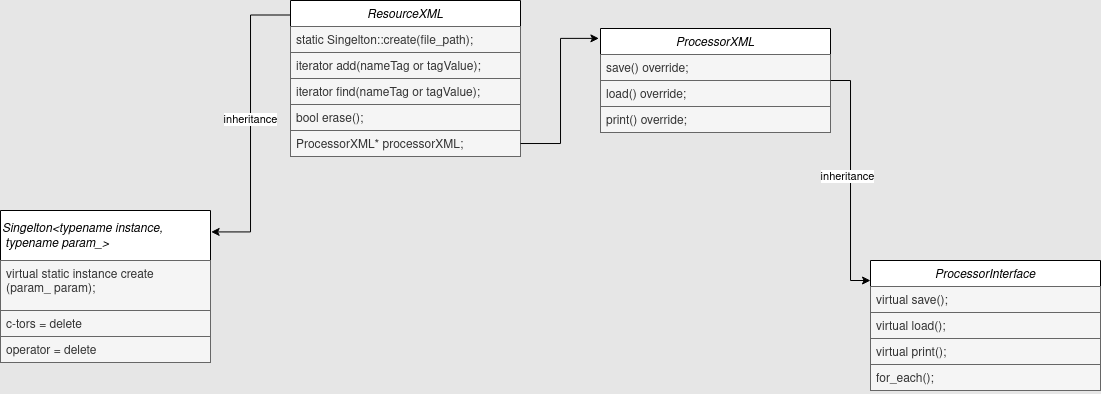
Earlier version of the draw.io export architecture.drawio.png (Ilsaffff/resource-xml). Source tidied: cells renumbered, new cells last; positions are measured from the earlier drawing's top-left corner, leaving out a move shared by most shapes.
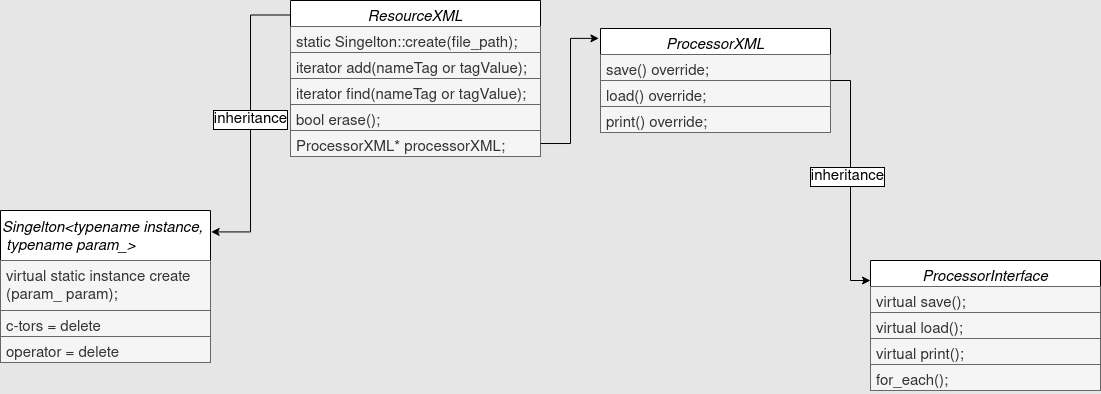
Above is the later version.

Change to the diagram source:
```diff
@@ -2,76 +2,76 @@
   <root>
     <mxCell id="0" />
     <mxCell id="1" parent="0" />
-    <mxCell id="2" style="edgeStyle=orthogonalEdgeStyle;rounded=0;jettySize=auto;html=1;exitX=0.003;exitY=0.093;exitDx=0;exitDy=0;exitPerimeter=0;entryX=1.003;entryY=0.141;entryDx=0;entryDy=0;entryPerimeter=0;" parent="1" edge="1" source="4" target="10">
+    <mxCell id="2" style="edgeStyle=orthogonalEdgeStyle;rounded=0;jettySize=auto;html=1;exitX=0.003;exitY=0.093;exitDx=0;exitDy=0;exitPerimeter=0;entryX=1.003;entryY=0.141;entryDx=0;entryDy=0;entryPerimeter=0;fontSize=15;" parent="1" edge="1" source="4" target="10">
       <mxGeometry relative="1" as="geometry" />
     </mxCell>
-    <mxCell id="3" value="inheritance" style="edgeLabel;html=1;align=center;verticalAlign=middle;rotation=0;" parent="2" vertex="1">
+    <mxCell id="3" value="inheritance" style="edgeLabel;html=1;align=center;verticalAlign=middle;rotation=0;fontSize=15;labelBorderColor=default;" parent="2" vertex="1">
       <mxGeometry x="-0.02" relative="1" as="geometry" />
     </mxCell>
-    <mxCell id="4" value="ResourceXML" style="swimlane;fontStyle=2;align=center;verticalAlign=top;horizontal=1;startSize=26;rounded=0;shadow=0;strokeWidth=1;fontColor=default;labelBackgroundColor=none;labelBorderColor=none;" parent="1" vertex="1">
-      <mxGeometry x="290" width="230" height="156" as="geometry" />
+    <mxCell id="4" value="ResourceXML" style="swimlane;fontStyle=2;align=center;verticalAlign=top;horizontal=1;startSize=26;rounded=0;shadow=0;strokeWidth=1;fontColor=default;labelBackgroundColor=none;labelBorderColor=none;fontSize=15;" parent="1" vertex="1">
+      <mxGeometry x="290" width="250" height="156" as="geometry" />
     </mxCell>
-    <mxCell id="5" value="static Singelton::create(file_path);" style="text;align=left;verticalAlign=top;spacingLeft=4;spacingRight=4;overflow=hidden;rounded=0;shadow=0;html=0;fontColor=#333333;labelBackgroundColor=none;labelBorderColor=none;fillColor=#f5f5f5;strokeColor=#666666;" parent="4" vertex="1">
-      <mxGeometry y="26" width="230" height="26" as="geometry" />
+    <mxCell id="5" value="static Singelton::create(file_path);" style="text;align=left;verticalAlign=top;spacingLeft=4;spacingRight=4;overflow=hidden;rounded=0;shadow=0;html=0;fontColor=#333333;labelBackgroundColor=none;labelBorderColor=none;fillColor=#f5f5f5;strokeColor=#666666;fontSize=15;" parent="4" vertex="1">
+      <mxGeometry y="26" width="250" height="26" as="geometry" />
     </mxCell>
-    <mxCell id="6" value="iterator add(nameTag or tagValue);" style="text;align=left;verticalAlign=top;spacingLeft=4;spacingRight=4;overflow=hidden;rounded=0;shadow=0;html=0;fontColor=#333333;labelBackgroundColor=none;labelBorderColor=none;fillColor=#f5f5f5;strokeColor=#666666;" parent="4" vertex="1">
-      <mxGeometry y="52" width="230" height="26" as="geometry" />
+    <mxCell id="6" value="iterator add(nameTag or tagValue);" style="text;align=left;verticalAlign=top;spacingLeft=4;spacingRight=4;overflow=hidden;rounded=0;shadow=0;html=0;fontColor=#333333;labelBackgroundColor=none;labelBorderColor=none;fillColor=#f5f5f5;strokeColor=#666666;fontSize=15;" parent="4" vertex="1">
+      <mxGeometry y="52" width="250" height="26" as="geometry" />
     </mxCell>
-    <mxCell id="7" value="iterator find(nameTag or tagValue);" style="text;align=left;verticalAlign=top;spacingLeft=4;spacingRight=4;overflow=hidden;rounded=0;shadow=0;html=0;fontColor=#333333;labelBackgroundColor=none;labelBorderColor=none;fillColor=#f5f5f5;strokeColor=#666666;" parent="4" vertex="1">
-      <mxGeometry y="78" width="230" height="26" as="geometry" />
+    <mxCell id="7" value="iterator find(nameTag or tagValue);" style="text;align=left;verticalAlign=top;spacingLeft=4;spacingRight=4;overflow=hidden;rounded=0;shadow=0;html=0;fontColor=#333333;labelBackgroundColor=none;labelBorderColor=none;fillColor=#f5f5f5;strokeColor=#666666;fontSize=15;" parent="4" vertex="1">
+      <mxGeometry y="78" width="250" height="26" as="geometry" />
     </mxCell>
-    <mxCell id="8" value="bool erase();" style="text;align=left;verticalAlign=top;spacingLeft=4;spacingRight=4;overflow=hidden;rounded=0;shadow=0;html=0;fontColor=#333333;labelBackgroundColor=none;labelBorderColor=none;fillColor=#f5f5f5;strokeColor=#666666;" parent="4" vertex="1">
-      <mxGeometry y="104" width="230" height="26" as="geometry" />
+    <mxCell id="8" value="bool erase();" style="text;align=left;verticalAlign=top;spacingLeft=4;spacingRight=4;overflow=hidden;rounded=0;shadow=0;html=0;fontColor=#333333;labelBackgroundColor=none;labelBorderColor=none;fillColor=#f5f5f5;strokeColor=#666666;fontSize=15;" parent="4" vertex="1">
+      <mxGeometry y="104" width="250" height="26" as="geometry" />
     </mxCell>
-    <mxCell id="9" value="ProcessorXML* processorXML;" style="text;align=left;verticalAlign=top;spacingLeft=4;spacingRight=4;overflow=hidden;points=[[0,0.5],[1,0.5]];portConstraint=eastwest;rounded=0;shadow=0;html=0;fontColor=#333333;labelBackgroundColor=none;labelBorderColor=none;fillColor=#f5f5f5;strokeColor=#666666;" parent="4" vertex="1">
-      <mxGeometry y="130" width="230" height="26" as="geometry" />
+    <mxCell id="9" value="ProcessorXML* processorXML;" style="text;align=left;verticalAlign=top;spacingLeft=4;spacingRight=4;overflow=hidden;points=[[0,0.5],[1,0.5]];portConstraint=eastwest;rounded=0;shadow=0;html=0;fontColor=#333333;labelBackgroundColor=none;labelBorderColor=none;fillColor=#f5f5f5;strokeColor=#666666;fontSize=15;" parent="4" vertex="1">
+      <mxGeometry y="130" width="250" height="26" as="geometry" />
     </mxCell>
-    <mxCell id="10" value="&lt;div align=&quot;left&quot;&gt;Singelton&amp;lt;typename instance,&lt;/div&gt;&lt;div align=&quot;left&quot;&gt;&amp;nbsp;typename param_&amp;gt;&lt;/div&gt;" style="swimlane;fontStyle=2;align=left;verticalAlign=middle;horizontal=1;startSize=50;rounded=0;shadow=0;strokeWidth=1;fontColor=default;labelBackgroundColor=none;labelBorderColor=none;html=1;" parent="1" vertex="1">
+    <mxCell id="10" value="&lt;div align=&quot;left&quot; style=&quot;font-size: 15px;&quot;&gt;Singelton&amp;lt;typename instance,&lt;/div&gt;&lt;div align=&quot;left&quot; style=&quot;font-size: 15px;&quot;&gt;&amp;nbsp;typename param_&amp;gt;&lt;/div&gt;" style="swimlane;fontStyle=2;align=left;verticalAlign=middle;horizontal=1;startSize=50;rounded=0;shadow=0;strokeWidth=1;fontColor=default;labelBackgroundColor=none;labelBorderColor=none;html=1;fontSize=15;" parent="1" vertex="1">
       <mxGeometry y="210" width="210" height="152" as="geometry" />
     </mxCell>
-    <mxCell id="11" value="virtual static instance create&#10;(param_ param);" style="text;align=left;verticalAlign=top;spacingLeft=4;spacingRight=4;overflow=hidden;labelBackgroundColor=none;labelBorderColor=none;fillColor=#f5f5f5;fontColor=#333333;strokeColor=#666666;" parent="10" vertex="1">
+    <mxCell id="11" value="virtual static instance create&#10;(param_ param);" style="text;align=left;verticalAlign=top;spacingLeft=4;spacingRight=4;overflow=hidden;labelBackgroundColor=none;labelBorderColor=none;fillColor=#f5f5f5;fontColor=#333333;strokeColor=#666666;fontSize=15;" parent="10" vertex="1">
       <mxGeometry y="50" width="210" height="50" as="geometry" />
     </mxCell>
-    <mxCell id="12" value="c-tors = delete" style="text;align=left;verticalAlign=top;spacingLeft=4;spacingRight=4;overflow=hidden;rounded=0;shadow=0;html=0;fontColor=#333333;labelBackgroundColor=none;labelBorderColor=none;fillColor=#f5f5f5;strokeColor=#666666;" parent="10" vertex="1">
+    <mxCell id="12" value="c-tors = delete" style="text;align=left;verticalAlign=top;spacingLeft=4;spacingRight=4;overflow=hidden;rounded=0;shadow=0;html=0;fontColor=#333333;labelBackgroundColor=none;labelBorderColor=none;fillColor=#f5f5f5;strokeColor=#666666;fontSize=15;" parent="10" vertex="1">
       <mxGeometry y="100" width="210" height="26" as="geometry" />
     </mxCell>
-    <mxCell id="13" value="operator = delete" style="text;align=left;verticalAlign=top;spacingLeft=4;spacingRight=4;overflow=hidden;rounded=0;shadow=0;html=0;fontColor=#333333;labelBackgroundColor=none;labelBorderColor=none;fillColor=#f5f5f5;strokeColor=#666666;" parent="10" vertex="1">
+    <mxCell id="13" value="operator = delete" style="text;align=left;verticalAlign=top;spacingLeft=4;spacingRight=4;overflow=hidden;rounded=0;shadow=0;html=0;fontColor=#333333;labelBackgroundColor=none;labelBorderColor=none;fillColor=#f5f5f5;strokeColor=#666666;fontSize=15;" parent="10" vertex="1">
       <mxGeometry y="126" width="210" height="26" as="geometry" />
     </mxCell>
-    <mxCell id="14" value="ProcessorXML" style="swimlane;fontStyle=2;align=center;verticalAlign=top;horizontal=1;startSize=26;rounded=0;shadow=0;strokeWidth=1;fontColor=default;labelBackgroundColor=none;labelBorderColor=none;" parent="1" vertex="1">
+    <mxCell id="14" value="ProcessorXML" style="swimlane;fontStyle=2;align=center;verticalAlign=top;horizontal=1;startSize=26;rounded=0;shadow=0;strokeWidth=1;fontColor=default;labelBackgroundColor=none;labelBorderColor=none;fontSize=15;" parent="1" vertex="1">
       <mxGeometry x="600" y="28" width="230" height="104" as="geometry" />
     </mxCell>
-    <mxCell id="15" value="save() override;" style="text;align=left;verticalAlign=top;spacingLeft=4;spacingRight=4;overflow=hidden;rounded=0;shadow=0;html=0;fontColor=#333333;labelBackgroundColor=none;labelBorderColor=none;fillColor=#f5f5f5;strokeColor=#666666;" parent="14" vertex="1">
+    <mxCell id="15" value="save() override;" style="text;align=left;verticalAlign=top;spacingLeft=4;spacingRight=4;overflow=hidden;rounded=0;shadow=0;html=0;fontColor=#333333;labelBackgroundColor=none;labelBorderColor=none;fillColor=#f5f5f5;strokeColor=#666666;fontSize=15;" parent="14" vertex="1">
       <mxGeometry y="26" width="230" height="26" as="geometry" />
     </mxCell>
-    <mxCell id="16" value="load() override;" style="text;align=left;verticalAlign=top;spacingLeft=4;spacingRight=4;overflow=hidden;rounded=0;shadow=0;html=0;fontColor=#333333;labelBackgroundColor=none;labelBorderColor=none;fillColor=#f5f5f5;strokeColor=#666666;" parent="14" vertex="1">
+    <mxCell id="16" value="load() override;" style="text;align=left;verticalAlign=top;spacingLeft=4;spacingRight=4;overflow=hidden;rounded=0;shadow=0;html=0;fontColor=#333333;labelBackgroundColor=none;labelBorderColor=none;fillColor=#f5f5f5;strokeColor=#666666;fontSize=15;" parent="14" vertex="1">
       <mxGeometry y="52" width="230" height="26" as="geometry" />
     </mxCell>
-    <mxCell id="17" value="print() override;" style="text;align=left;verticalAlign=top;spacingLeft=4;spacingRight=4;overflow=hidden;rounded=0;shadow=0;html=0;fontColor=#333333;labelBackgroundColor=none;labelBorderColor=none;fillColor=#f5f5f5;strokeColor=#666666;" parent="14" vertex="1">
+    <mxCell id="17" value="print() override;" style="text;align=left;verticalAlign=top;spacingLeft=4;spacingRight=4;overflow=hidden;rounded=0;shadow=0;html=0;fontColor=#333333;labelBackgroundColor=none;labelBorderColor=none;fillColor=#f5f5f5;strokeColor=#666666;fontSize=15;" parent="14" vertex="1">
       <mxGeometry y="78" width="230" height="26" as="geometry" />
     </mxCell>
-    <mxCell id="18" style="edgeStyle=orthogonalEdgeStyle;rounded=0;jettySize=auto;html=1;entryX=-0.007;entryY=0.095;entryDx=0;entryDy=0;entryPerimeter=0;" parent="1" edge="1" source="9" target="14">
+    <mxCell id="18" style="edgeStyle=orthogonalEdgeStyle;rounded=0;jettySize=auto;html=1;entryX=-0.007;entryY=0.095;entryDx=0;entryDy=0;entryPerimeter=0;fontSize=15;" parent="1" edge="1" source="9" target="14">
       <mxGeometry relative="1" as="geometry" />
     </mxCell>
-    <mxCell id="19" value="ProcessorInterface" style="swimlane;fontStyle=2;align=center;verticalAlign=top;horizontal=1;startSize=26;rounded=0;shadow=0;strokeWidth=1;fontColor=default;labelBackgroundColor=none;labelBorderColor=none;" parent="1" vertex="1">
+    <mxCell id="19" value="ProcessorInterface" style="swimlane;fontStyle=2;align=center;verticalAlign=top;horizontal=1;startSize=26;rounded=0;shadow=0;strokeWidth=1;fontColor=default;labelBackgroundColor=none;labelBorderColor=none;fontSize=15;" parent="1" vertex="1">
       <mxGeometry x="870" y="260" width="230" height="130" as="geometry" />
     </mxCell>
-    <mxCell id="20" value="virtual save();" style="text;align=left;verticalAlign=top;spacingLeft=4;spacingRight=4;overflow=hidden;rounded=0;shadow=0;html=0;fontColor=#333333;labelBackgroundColor=none;labelBorderColor=none;fillColor=#f5f5f5;strokeColor=#666666;" parent="19" vertex="1">
+    <mxCell id="20" value="virtual save();" style="text;align=left;verticalAlign=top;spacingLeft=4;spacingRight=4;overflow=hidden;rounded=0;shadow=0;html=0;fontColor=#333333;labelBackgroundColor=none;labelBorderColor=none;fillColor=#f5f5f5;strokeColor=#666666;fontSize=15;" parent="19" vertex="1">
       <mxGeometry y="26" width="230" height="26" as="geometry" />
     </mxCell>
-    <mxCell id="21" value="virtual load();" style="text;align=left;verticalAlign=top;spacingLeft=4;spacingRight=4;overflow=hidden;rounded=0;shadow=0;html=0;fontColor=#333333;labelBackgroundColor=none;labelBorderColor=none;fillColor=#f5f5f5;strokeColor=#666666;" parent="19" vertex="1">
+    <mxCell id="21" value="virtual load();" style="text;align=left;verticalAlign=top;spacingLeft=4;spacingRight=4;overflow=hidden;rounded=0;shadow=0;html=0;fontColor=#333333;labelBackgroundColor=none;labelBorderColor=none;fillColor=#f5f5f5;strokeColor=#666666;fontSize=15;" parent="19" vertex="1">
       <mxGeometry y="52" width="230" height="26" as="geometry" />
     </mxCell>
-    <mxCell id="22" value="virtual print();" style="text;align=left;verticalAlign=top;spacingLeft=4;spacingRight=4;overflow=hidden;rounded=0;shadow=0;html=0;fontColor=#333333;labelBackgroundColor=none;labelBorderColor=none;fillColor=#f5f5f5;strokeColor=#666666;" parent="19" vertex="1">
+    <mxCell id="22" value="virtual print();" style="text;align=left;verticalAlign=top;spacingLeft=4;spacingRight=4;overflow=hidden;rounded=0;shadow=0;html=0;fontColor=#333333;labelBackgroundColor=none;labelBorderColor=none;fillColor=#f5f5f5;strokeColor=#666666;fontSize=15;" parent="19" vertex="1">
       <mxGeometry y="78" width="230" height="26" as="geometry" />
     </mxCell>
-    <mxCell id="23" value="for_each();" style="text;align=left;verticalAlign=top;spacingLeft=4;spacingRight=4;overflow=hidden;rounded=0;shadow=0;html=0;fontColor=#333333;labelBackgroundColor=none;labelBorderColor=none;fillColor=#f5f5f5;strokeColor=#666666;" parent="19" vertex="1">
+    <mxCell id="23" value="for_each();" style="text;align=left;verticalAlign=top;spacingLeft=4;spacingRight=4;overflow=hidden;rounded=0;shadow=0;html=0;fontColor=#333333;labelBackgroundColor=none;labelBorderColor=none;fillColor=#f5f5f5;strokeColor=#666666;fontSize=15;" parent="19" vertex="1">
       <mxGeometry y="104" width="230" height="26" as="geometry" />
     </mxCell>
-    <mxCell id="24" style="edgeStyle=orthogonalEdgeStyle;rounded=0;jettySize=auto;html=1;entryX=0;entryY=0.154;entryDx=0;entryDy=0;entryPerimeter=0;" parent="1" edge="1" source="14" target="19">
+    <mxCell id="24" style="edgeStyle=orthogonalEdgeStyle;rounded=0;jettySize=auto;html=1;entryX=0;entryY=0.154;entryDx=0;entryDy=0;entryPerimeter=0;fontSize=15;" parent="1" edge="1" source="14" target="19">
       <mxGeometry relative="1" as="geometry" />
     </mxCell>
-    <mxCell id="25" value="inheritance" style="edgeLabel;html=1;align=center;verticalAlign=middle;" parent="24" vertex="1">
+    <mxCell id="25" value="inheritance" style="edgeLabel;html=1;align=center;verticalAlign=middle;fontSize=15;labelBorderColor=default;" parent="24" vertex="1">
       <mxGeometry x="-0.04" y="-3" relative="1" as="geometry" />
     </mxCell>
   </root>
```
